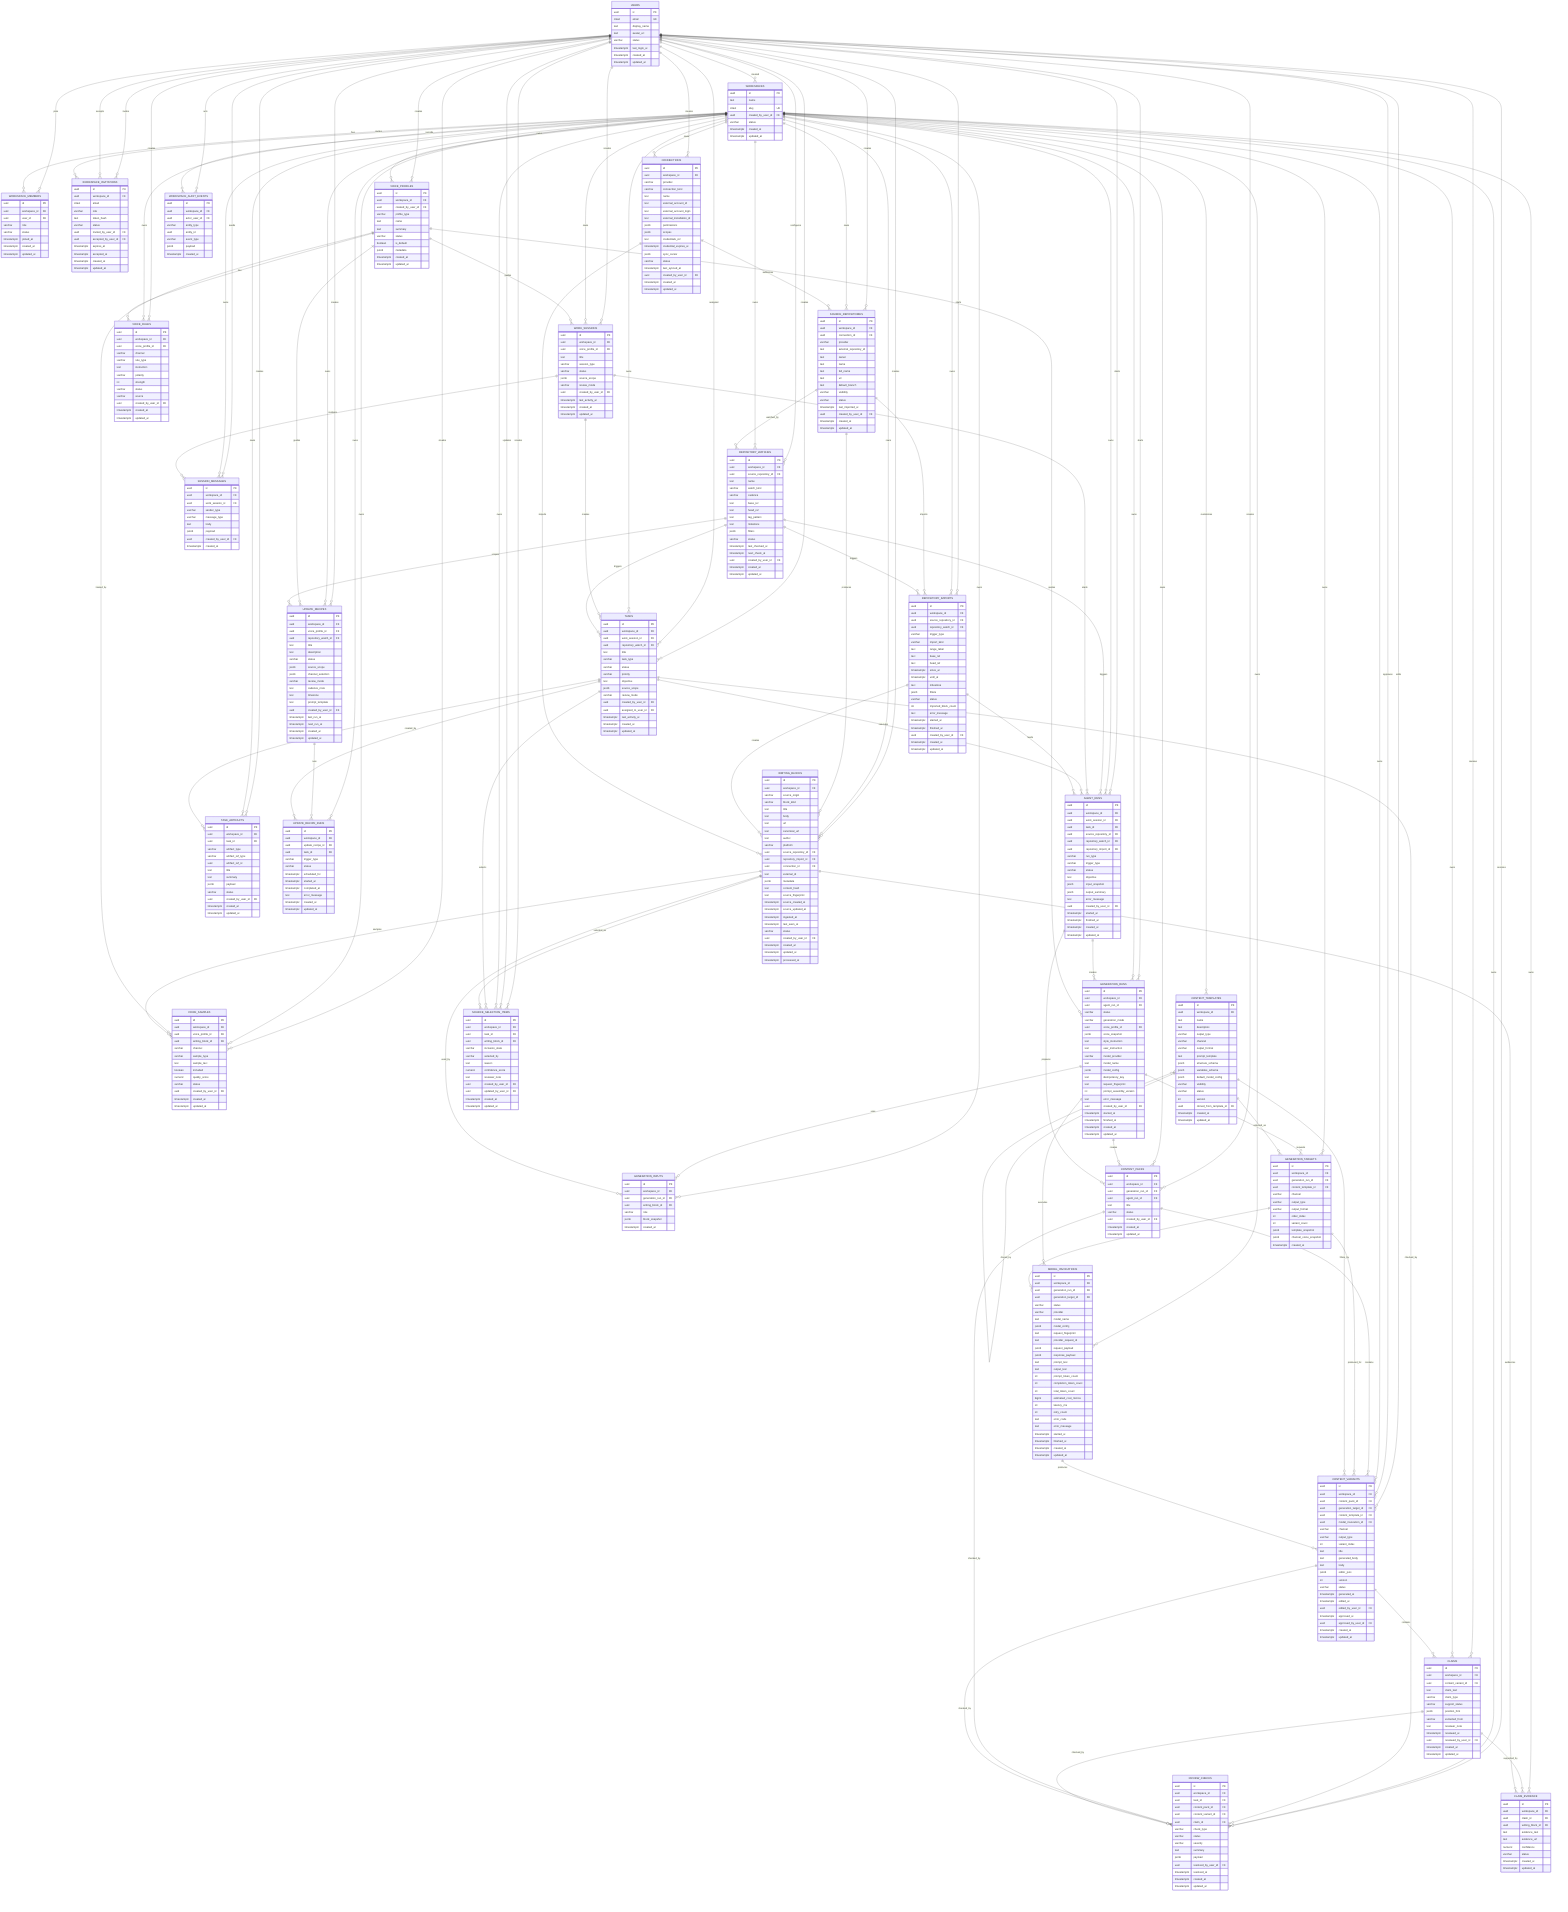
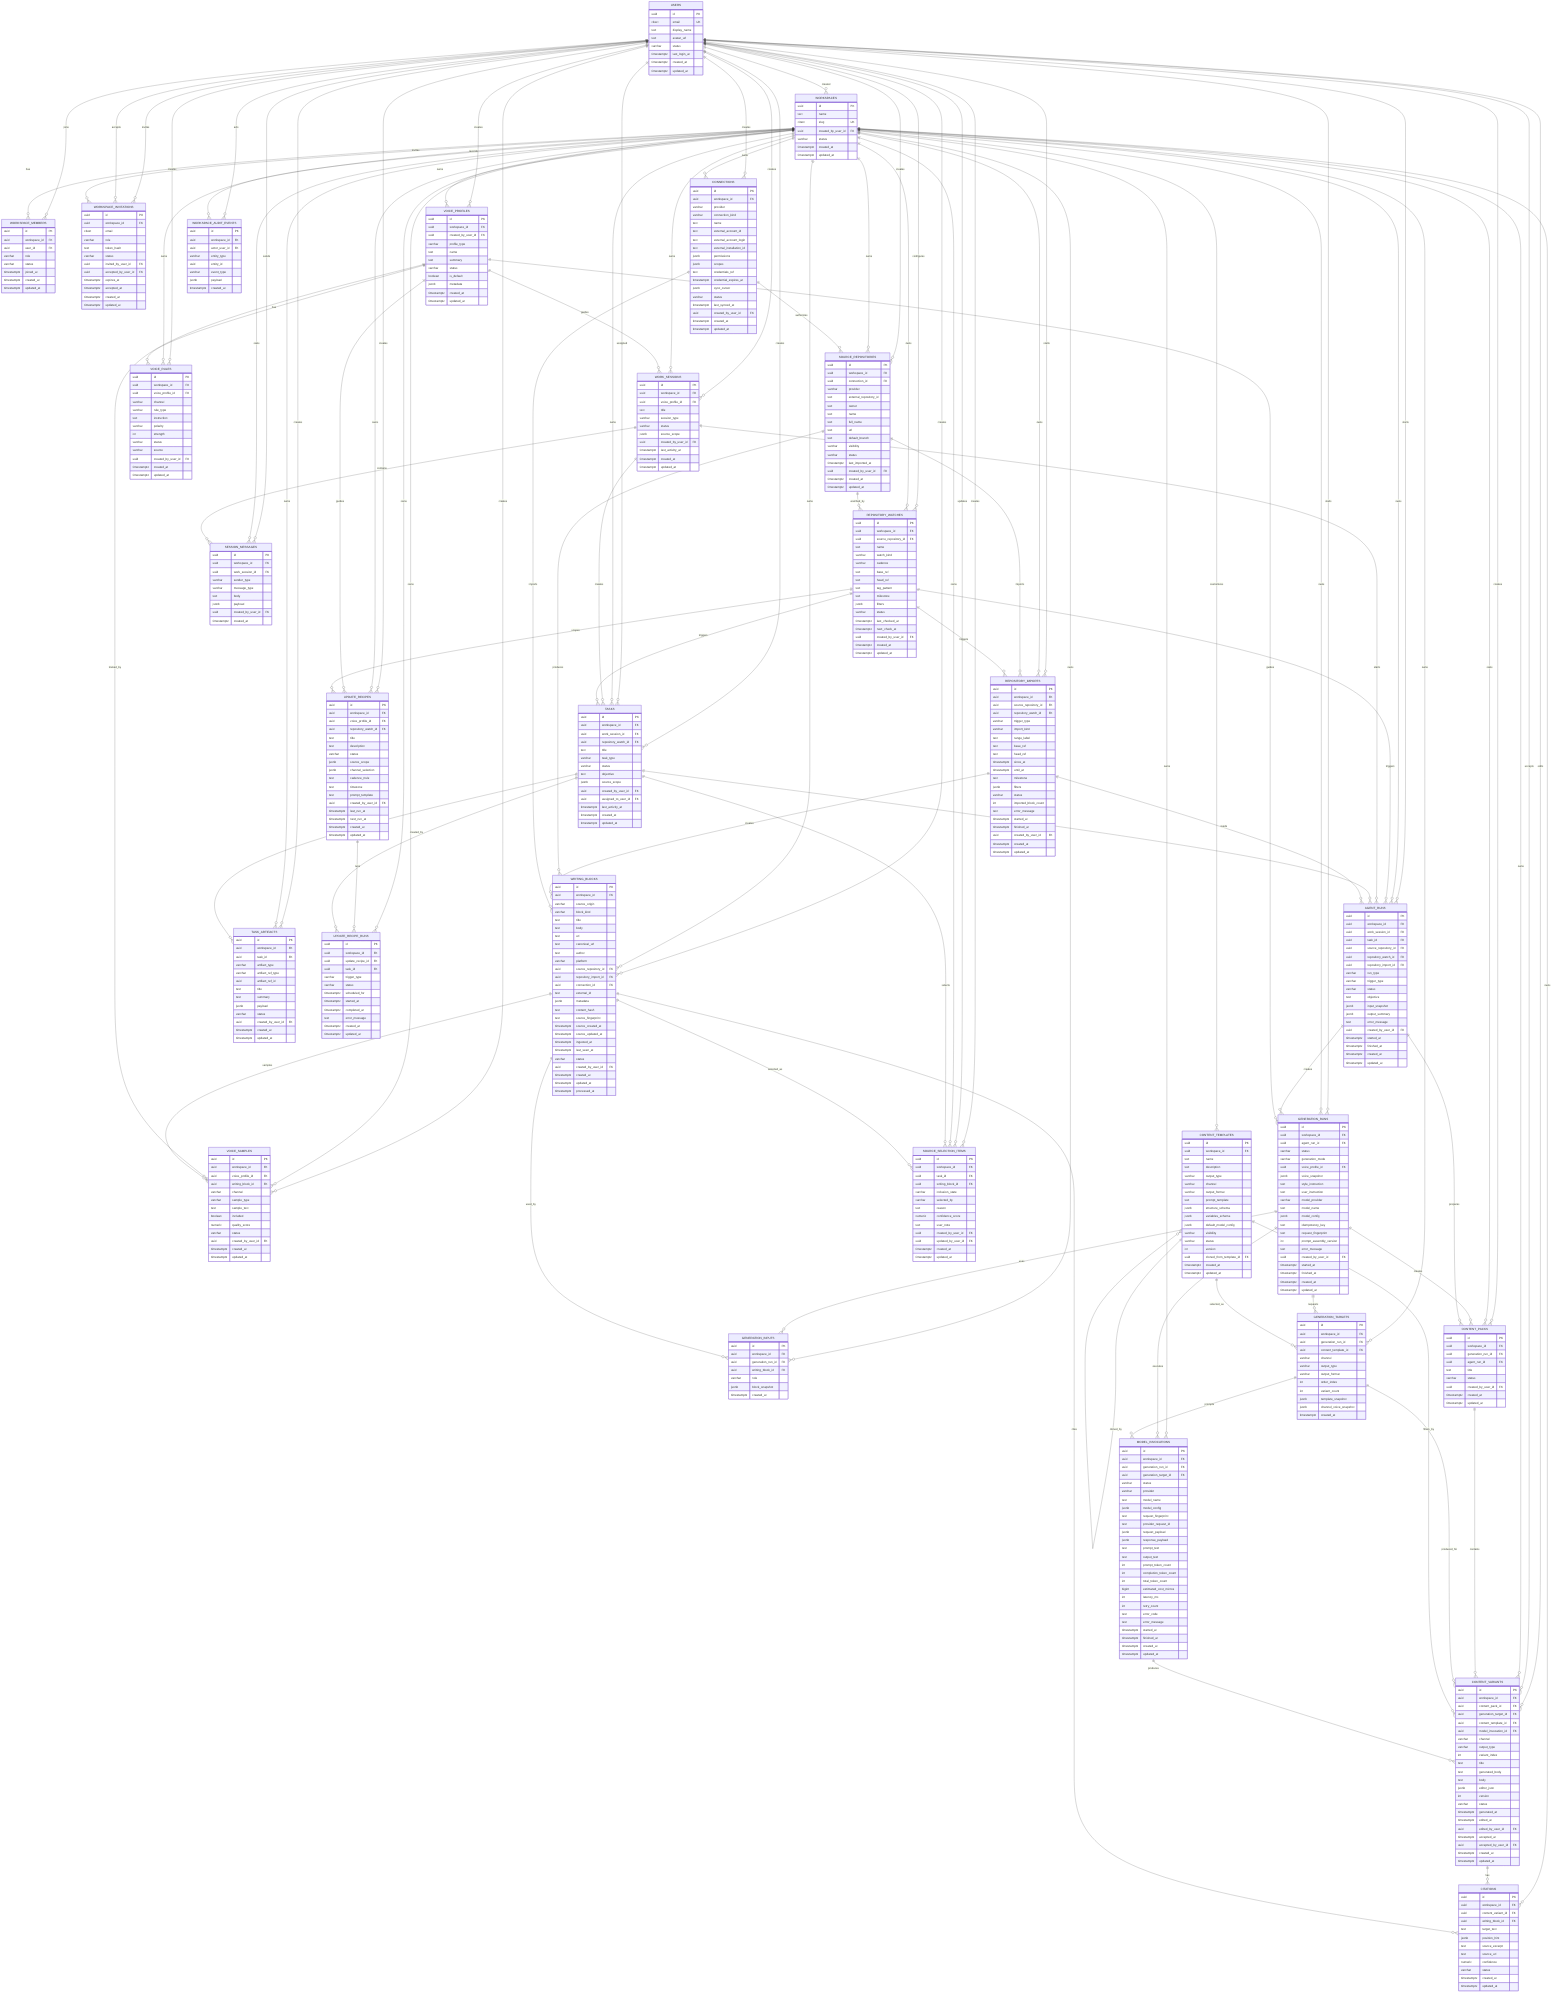
erDiagram
    USERS {
        uuid id PK
        citext email UK
        text display_name
        text avatar_url
        varchar status
        timestamptz last_login_at
        timestamptz created_at
        timestamptz updated_at
    }

    WORKSPACES {
        uuid id PK
        text name
        citext slug UK
        uuid created_by_user_id FK
        varchar status
        timestamptz created_at
        timestamptz updated_at
    }

    WORKSPACE_MEMBERS {
        uuid id PK
        uuid workspace_id FK
        uuid user_id FK
        varchar role
        varchar status
        timestamptz joined_at
        timestamptz created_at
        timestamptz updated_at
    }

    WORKSPACE_INVITATIONS {
        uuid id PK
        uuid workspace_id FK
        citext email
        varchar role
        text token_hash
        varchar status
        uuid invited_by_user_id FK
        uuid accepted_by_user_id FK
        timestamptz expires_at
        timestamptz accepted_at
        timestamptz created_at
        timestamptz updated_at
    }

    SOURCE_REPOSITORIES {
        uuid id PK
        uuid workspace_id FK
        uuid connection_id FK
        varchar provider
        text external_repository_id
        text owner
        text name
        text full_name
        text url
        text default_branch
        varchar visibility
        varchar status
        timestamptz last_imported_at
        uuid created_by_user_id FK
        timestamptz created_at
        timestamptz updated_at
    }

    REPOSITORY_WATCHES {
        uuid id PK
        uuid workspace_id FK
        uuid source_repository_id FK
        text name
        varchar watch_kind
        varchar cadence
        text base_ref
        text head_ref
        text tag_pattern
        text milestone
        jsonb filters
        varchar status
        timestamptz last_checked_at
        timestamptz next_check_at
        uuid created_by_user_id FK
        timestamptz created_at
        timestamptz updated_at
    }

    REPOSITORY_IMPORTS {
        uuid id PK
        uuid workspace_id FK
        uuid source_repository_id FK
        uuid repository_watch_id FK
        varchar trigger_type
        varchar import_kind
        text range_label
        text base_ref
        text head_ref
        timestamptz since_at
        timestamptz until_at
        text milestone
        jsonb filters
        varchar status
        int imported_block_count
        text error_message
        timestamptz started_at
        timestamptz finished_at
        uuid created_by_user_id FK
        timestamptz created_at
        timestamptz updated_at
    }

    CONNECTIONS {
        uuid id PK
        uuid workspace_id FK
        varchar provider
        varchar connection_kind
        text name
        text external_account_id
        text external_account_login
        text external_installation_id
        jsonb permissions
        jsonb scopes
        text credentials_ref
        timestamptz credential_expires_at
        jsonb sync_cursor
        varchar status
        timestamptz last_synced_at
        uuid created_by_user_id FK
        timestamptz created_at
        timestamptz updated_at
    }

    WRITING_BLOCKS {
        uuid id PK
        uuid workspace_id FK
        varchar source_origin
        varchar block_kind
        text title
        text body
        text url
        text canonical_url
        text author
        varchar platform
        uuid source_repository_id FK
        uuid repository_import_id FK
        uuid connection_id FK
        text external_id
        jsonb metadata
        text content_hash
        text source_fingerprint
        timestamptz source_created_at
        timestamptz source_updated_at
        timestamptz ingested_at
        timestamptz last_seen_at
        varchar status
        uuid created_by_user_id FK
        timestamptz created_at
        timestamptz updated_at
        timestamptz processed_at
    }

    VOICE_PROFILES {
        uuid id PK
        uuid workspace_id FK
        uuid created_by_user_id FK
        varchar profile_type
        text name
        text summary
        varchar status
        boolean is_default
        jsonb metadata
        timestamptz created_at
        timestamptz updated_at
    }

    VOICE_SAMPLES {
        uuid id PK
        uuid workspace_id FK
        uuid voice_profile_id FK
        uuid writing_block_id FK
        varchar channel
        varchar sample_type
        text sample_text
        boolean included
        numeric quality_score
        varchar status
        uuid created_by_user_id FK
        timestamptz created_at
        timestamptz updated_at
    }

    VOICE_RULES {
        uuid id PK
        uuid workspace_id FK
        uuid voice_profile_id FK
        varchar channel
        varchar rule_type
        text instruction
        varchar polarity
        int strength
        varchar status
        varchar source
        uuid created_by_user_id FK
        timestamptz created_at
        timestamptz updated_at
    }

    CONTENT_TEMPLATES {
        uuid id PK
        uuid workspace_id FK
        text name
        text description
        varchar output_type
        varchar channel
        varchar output_format
        text prompt_template
        jsonb structure_schema
        jsonb variables_schema
        jsonb default_model_config
        varchar visibility
        varchar status
        int version
        uuid cloned_from_template_id FK
        timestamptz created_at
        timestamptz updated_at
    }

    WORK_SESSIONS {
        uuid id PK
        uuid workspace_id FK
        uuid voice_profile_id FK
        text title
        varchar session_type
        varchar status
        jsonb source_scope
-         varchar review_mode
        uuid created_by_user_id FK
        timestamptz last_activity_at
        timestamptz created_at
        timestamptz updated_at
    }

    SESSION_MESSAGES {
        uuid id PK
        uuid workspace_id FK
        uuid work_session_id FK
        varchar sender_type
        varchar message_type
        text body
        jsonb payload
        uuid created_by_user_id FK
        timestamptz created_at
    }

    TASKS {
        uuid id PK
        uuid workspace_id FK
        uuid work_session_id FK
        uuid repository_watch_id FK
        text title
        varchar task_type
        varchar status
-         varchar priority
        text objective
        jsonb source_scope
-         varchar review_mode
        uuid created_by_user_id FK
        uuid assigned_to_user_id FK
        timestamptz last_activity_at
        timestamptz created_at
        timestamptz updated_at
    }

    TASK_ARTIFACTS {
        uuid id PK
        uuid workspace_id FK
        uuid task_id FK
        varchar artifact_type
        varchar artifact_ref_type
        uuid artifact_ref_id
        text title
        text summary
        jsonb payload
        varchar status
        uuid created_by_user_id FK
        timestamptz created_at
        timestamptz updated_at
    }

    SOURCE_SELECTION_ITEMS {
        uuid id PK
        uuid workspace_id FK
        uuid task_id FK
        uuid writing_block_id FK
        varchar inclusion_state
        varchar selected_by
        text reason
        numeric confidence_score
-         text reviewer_note
+         text user_note
        uuid created_by_user_id FK
        uuid updated_by_user_id FK
-         timestamptz created_at
-         timestamptz updated_at
-     }
- 
-     REVIEW_CHECKS {
-         uuid id PK
-         uuid workspace_id FK
-         uuid task_id FK
-         uuid content_pack_id FK
-         uuid content_variant_id FK
-         uuid claim_id FK
-         varchar check_type
-         varchar status
-         varchar severity
-         text summary
-         jsonb payload
-         uuid resolved_by_user_id FK
-         timestamptz resolved_at
        timestamptz created_at
        timestamptz updated_at
    }

    UPDATE_RECIPES {
        uuid id PK
        uuid workspace_id FK
        uuid voice_profile_id FK
        uuid repository_watch_id FK
        text title
        text description
        varchar status
        jsonb source_scope
        jsonb channel_selection
-         varchar review_mode
        text cadence_rrule
        text timezone
        text prompt_template
        uuid created_by_user_id FK
        timestamptz last_run_at
        timestamptz next_run_at
        timestamptz created_at
        timestamptz updated_at
    }

    UPDATE_RECIPE_RUNS {
        uuid id PK
        uuid workspace_id FK
        uuid update_recipe_id FK
        uuid task_id FK
        varchar trigger_type
        varchar status
        timestamptz scheduled_for
        timestamptz started_at
        timestamptz completed_at
        text error_message
        timestamptz created_at
        timestamptz updated_at
    }

    AGENT_RUNS {
        uuid id PK
        uuid workspace_id FK
        uuid work_session_id FK
        uuid task_id FK
        uuid source_repository_id FK
        uuid repository_watch_id FK
        uuid repository_import_id FK
        varchar run_type
        varchar trigger_type
        varchar status
        text objective
        jsonb input_snapshot
        jsonb output_summary
        text error_message
        uuid created_by_user_id FK
        timestamptz started_at
        timestamptz finished_at
        timestamptz created_at
        timestamptz updated_at
    }

    GENERATION_RUNS {
        uuid id PK
        uuid workspace_id FK
        uuid agent_run_id FK
        varchar status
        varchar generation_mode
        uuid voice_profile_id FK
        jsonb voice_snapshot
        text style_instruction
        text user_instruction
        varchar model_provider
        text model_name
        jsonb model_config
        text idempotency_key
        text request_fingerprint
        int prompt_assembly_version
        text error_message
        uuid created_by_user_id FK
        timestamptz started_at
        timestamptz finished_at
        timestamptz created_at
        timestamptz updated_at
    }

    GENERATION_INPUTS {
        uuid id PK
        uuid workspace_id FK
        uuid generation_run_id FK
        uuid writing_block_id FK
        varchar role
        jsonb block_snapshot
        timestamptz created_at
    }

    GENERATION_TARGETS {
        uuid id PK
        uuid workspace_id FK
        uuid generation_run_id FK
        uuid content_template_id FK
        varchar channel
        varchar output_type
        varchar output_format
        int order_index
        int variant_count
        jsonb template_snapshot
        jsonb channel_voice_snapshot
        timestamptz created_at
    }

    MODEL_INVOCATIONS {
        uuid id PK
        uuid workspace_id FK
        uuid generation_run_id FK
        uuid generation_target_id FK
        varchar status
        varchar provider
        text model_name
        jsonb model_config
        text request_fingerprint
        text provider_request_id
        jsonb request_payload
        jsonb response_payload
        text prompt_text
        text output_text
        int prompt_token_count
        int completion_token_count
        int total_token_count
        bigint estimated_cost_micros
        int latency_ms
        int retry_count
        text error_code
        text error_message
        timestamptz started_at
        timestamptz finished_at
        timestamptz created_at
        timestamptz updated_at
    }

    CONTENT_PACKS {
        uuid id PK
        uuid workspace_id FK
        uuid generation_run_id FK
        uuid agent_run_id FK
        text title
        varchar status
        uuid created_by_user_id FK
        timestamptz created_at
        timestamptz updated_at
    }

    CONTENT_VARIANTS {
        uuid id PK
        uuid workspace_id FK
        uuid content_pack_id FK
        uuid generation_target_id FK
        uuid content_template_id FK
        uuid model_invocation_id FK
        varchar channel
        varchar output_type
        int variant_index
        text title
        text generated_body
        text body
        jsonb editor_json
        int version
        varchar status
        timestamptz generated_at
        timestamptz edited_at
        uuid edited_by_user_id FK
-         timestamptz approved_at
-         uuid approved_by_user_id FK
-         timestamptz created_at
-         timestamptz updated_at
-     }
- 
-     CLAIMS {
+         timestamptz accepted_at
+         uuid accepted_by_user_id FK
+         timestamptz created_at
+         timestamptz updated_at
+     }
+ 
+     CITATIONS {
        uuid id PK
        uuid workspace_id FK
        uuid content_variant_id FK
-         text claim_text
-         varchar claim_type
-         varchar support_status
+         uuid writing_block_id FK
+         text target_text
        jsonb position_hint
-         varchar extracted_from
-         text reviewer_note
-         timestamptz reviewed_at
-         uuid reviewed_by_user_id FK
-         timestamptz created_at
-         timestamptz updated_at
-     }
- 
-     CLAIM_EVIDENCE {
-         uuid id PK
-         uuid workspace_id FK
-         uuid claim_id FK
-         uuid writing_block_id FK
-         text evidence_text
-         text evidence_url
+         text source_excerpt
+         text source_url
        numeric confidence
        varchar status
        timestamptz created_at
        timestamptz updated_at
    }

    WORKSPACE_AUDIT_EVENTS {
        uuid id PK
        uuid workspace_id FK
        uuid actor_user_id FK
        varchar entity_type
        uuid entity_id
        varchar event_type
        jsonb payload
        timestamptz created_at
    }

    USERS ||--o{ WORKSPACES : created
    USERS ||--o{ WORKSPACE_MEMBERS : joins
    USERS ||--o{ WORKSPACE_INVITATIONS : invites
    USERS ||--o{ WORKSPACE_INVITATIONS : accepts
    USERS ||--o{ SOURCE_REPOSITORIES : creates
    USERS ||--o{ REPOSITORY_WATCHES : configures
    USERS ||--o{ REPOSITORY_IMPORTS : starts
    USERS ||--o{ CONNECTIONS : creates
    USERS ||--o{ WRITING_BLOCKS : creates
    USERS ||--o{ VOICE_PROFILES : creates
    USERS ||--o{ VOICE_SAMPLES : creates
    USERS ||--o{ VOICE_RULES : creates
    USERS ||--o{ WORK_SESSIONS : creates
    USERS ||--o{ SESSION_MESSAGES : sends
    USERS ||--o{ TASKS : creates
    USERS ||--o{ TASKS : assigned
    USERS ||--o{ TASK_ARTIFACTS : creates
    USERS ||--o{ SOURCE_SELECTION_ITEMS : creates
    USERS ||--o{ SOURCE_SELECTION_ITEMS : updates
-     USERS ||--o{ REVIEW_CHECKS : resolves
    USERS ||--o{ UPDATE_RECIPES : creates
    USERS ||--o{ AGENT_RUNS : starts
    USERS ||--o{ GENERATION_RUNS : starts
    USERS ||--o{ CONTENT_PACKS : creates
    USERS ||--o{ CONTENT_VARIANTS : edits
-     USERS ||--o{ CONTENT_VARIANTS : approves
-     USERS ||--o{ CLAIMS : reviews
+     USERS ||--o{ CONTENT_VARIANTS : accepts
    USERS ||--o{ WORKSPACE_AUDIT_EVENTS : acts

    WORKSPACES ||--o{ WORKSPACE_MEMBERS : has
    WORKSPACES ||--o{ WORKSPACE_INVITATIONS : invites
    WORKSPACES ||--o{ SOURCE_REPOSITORIES : owns
    WORKSPACES ||--o{ REPOSITORY_WATCHES : owns
    WORKSPACES ||--o{ REPOSITORY_IMPORTS : owns
    WORKSPACES ||--o{ CONNECTIONS : owns
    WORKSPACES ||--o{ WRITING_BLOCKS : owns
    WORKSPACES ||--o{ VOICE_PROFILES : owns
    WORKSPACES ||--o{ VOICE_SAMPLES : owns
    WORKSPACES ||--o{ VOICE_RULES : owns
    WORKSPACES ||--o{ CONTENT_TEMPLATES : customizes
    WORKSPACES ||--o{ WORK_SESSIONS : owns
    WORKSPACES ||--o{ SESSION_MESSAGES : owns
    WORKSPACES ||--o{ TASKS : owns
    WORKSPACES ||--o{ TASK_ARTIFACTS : owns
    WORKSPACES ||--o{ SOURCE_SELECTION_ITEMS : owns
-     WORKSPACES ||--o{ REVIEW_CHECKS : owns
    WORKSPACES ||--o{ UPDATE_RECIPES : owns
    WORKSPACES ||--o{ UPDATE_RECIPE_RUNS : owns
    WORKSPACES ||--o{ AGENT_RUNS : owns
    WORKSPACES ||--o{ GENERATION_RUNS : owns
    WORKSPACES ||--o{ GENERATION_INPUTS : owns
    WORKSPACES ||--o{ GENERATION_TARGETS : owns
    WORKSPACES ||--o{ MODEL_INVOCATIONS : owns
    WORKSPACES ||--o{ CONTENT_PACKS : owns
    WORKSPACES ||--o{ CONTENT_VARIANTS : owns
-     WORKSPACES ||--o{ CLAIMS : owns
-     WORKSPACES ||--o{ CLAIM_EVIDENCE : owns
+     WORKSPACES ||--o{ CITATIONS : owns
    WORKSPACES ||--o{ WORKSPACE_AUDIT_EVENTS : records

    CONNECTIONS ||--o{ SOURCE_REPOSITORIES : authorizes
    SOURCE_REPOSITORIES ||--o{ REPOSITORY_WATCHES : watched_by
    SOURCE_REPOSITORIES ||--o{ REPOSITORY_IMPORTS : imports
    REPOSITORY_WATCHES ||--o{ REPOSITORY_IMPORTS : triggers
    SOURCE_REPOSITORIES ||--o{ WRITING_BLOCKS : produces
    REPOSITORY_IMPORTS ||--o{ WRITING_BLOCKS : creates
    CONNECTIONS ||--o{ WRITING_BLOCKS : imports
    VOICE_PROFILES ||--o{ VOICE_SAMPLES : trained_by
    WRITING_BLOCKS ||--o{ VOICE_SAMPLES : samples
    VOICE_PROFILES ||--o{ VOICE_RULES : has
    CONTENT_TEMPLATES ||--o{ CONTENT_TEMPLATES : cloned_by

    VOICE_PROFILES ||--o{ WORK_SESSIONS : guides
    WORK_SESSIONS ||--o{ SESSION_MESSAGES : contains
    WORK_SESSIONS ||--o{ TASKS : creates
    REPOSITORY_WATCHES ||--o{ TASKS : triggers
    TASKS ||--o{ TASK_ARTIFACTS : produces
    TASKS ||--o{ SOURCE_SELECTION_ITEMS : selects
    WRITING_BLOCKS ||--o{ SOURCE_SELECTION_ITEMS : selected_as
-     TASKS ||--o{ REVIEW_CHECKS : checked_by
-     CONTENT_PACKS ||--o{ REVIEW_CHECKS : checked_by
-     CONTENT_VARIANTS ||--o{ REVIEW_CHECKS : checked_by
-     CLAIMS ||--o{ REVIEW_CHECKS : checked_by
    VOICE_PROFILES ||--o{ UPDATE_RECIPES : guides
    REPOSITORY_WATCHES ||--o{ UPDATE_RECIPES : scopes
    UPDATE_RECIPES ||--o{ UPDATE_RECIPE_RUNS : runs
    TASKS ||--o{ UPDATE_RECIPE_RUNS : created_by

    REPOSITORY_WATCHES ||--o{ AGENT_RUNS : triggers
    WORK_SESSIONS ||--o{ AGENT_RUNS : starts
    TASKS ||--o{ AGENT_RUNS : executes
    REPOSITORY_IMPORTS ||--o{ AGENT_RUNS : feeds
    AGENT_RUNS ||--o{ GENERATION_RUNS : creates
    VOICE_PROFILES ||--o{ GENERATION_RUNS : guides
    GENERATION_RUNS ||--o{ GENERATION_INPUTS : uses
    WRITING_BLOCKS ||--o{ GENERATION_INPUTS : used_by
    GENERATION_RUNS ||--o{ GENERATION_TARGETS : requests
    CONTENT_TEMPLATES ||--o{ GENERATION_TARGETS : selected_as
    GENERATION_RUNS ||--o{ MODEL_INVOCATIONS : executes
    GENERATION_TARGETS ||--o{ MODEL_INVOCATIONS : prompts
    GENERATION_RUNS ||--o{ CONTENT_PACKS : creates
    AGENT_RUNS ||--o{ CONTENT_PACKS : prepares
    CONTENT_PACKS ||--o{ CONTENT_VARIANTS : contains
    GENERATION_TARGETS ||--o{ CONTENT_VARIANTS : produced_for
    CONTENT_TEMPLATES ||--o{ CONTENT_VARIANTS : filters_by
    MODEL_INVOCATIONS ||--o{ CONTENT_VARIANTS : produces
-     CONTENT_VARIANTS ||--o{ CLAIMS : contains
-     CLAIMS ||--o{ CLAIM_EVIDENCE : supported_by
-     WRITING_BLOCKS ||--o{ CLAIM_EVIDENCE : evidences
+     CONTENT_VARIANTS ||--o{ CITATIONS : has
+     WRITING_BLOCKS ||--o{ CITATIONS : cites
